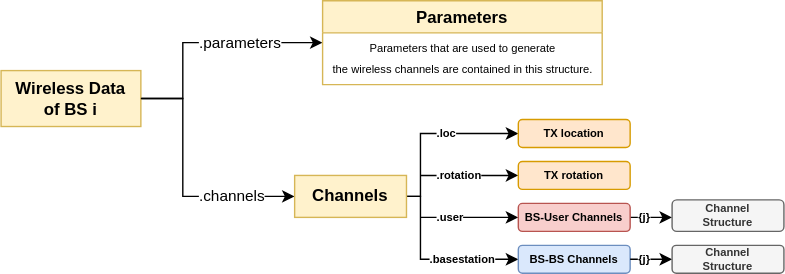
Above: docs/images/wirelessdiagram.svg in wireless-intelligence-lab/DeepVerse6G-matlab (draw.io), before the change. Source tidied: cells renumbered, new cells last; positions are measured from the earlier drawing's top-left corner, leaving out a move shared by most shapes. Source of this version:
```xml
<mxGraphModel>
  <root>
    <mxCell id="0" />
    <mxCell id="1" parent="0" />
    <mxCell id="2" value=".parameters" style="edgeStyle=orthogonalEdgeStyle;rounded=0;jettySize=auto;html=1;exitX=1;exitY=0.5;exitDx=0;exitDy=0;align=left;" parent="1" edge="1" source="3">
      <mxGeometry x="-0.06" relative="1" as="geometry">
        <mxPoint x="230" y="30" as="targetPoint" />
        <Array as="points">
          <mxPoint x="130" y="70" />
          <mxPoint x="130" y="30" />
          <mxPoint x="190" y="30" />
        </Array>
      </mxGeometry>
    </mxCell>
    <mxCell id="3" value="Wireless Data&lt;br&gt;of BS i" style="rounded=0;whiteSpace=wrap;html=1;fillColor=#fff2cc;strokeColor=#d6b656;fontStyle=1;" parent="1" vertex="1">
      <mxGeometry y="50" width="100" height="40" as="geometry" />
    </mxCell>
    <mxCell id="4" style="edgeStyle=orthogonalEdgeStyle;rounded=0;jettySize=auto;html=1;exitX=1;exitY=0.5;exitDx=0;exitDy=0;entryX=0;entryY=0.5;entryDx=0;entryDy=0;" parent="1" edge="1" source="3" target="9">
      <mxGeometry relative="1" as="geometry">
        <Array as="points">
          <mxPoint x="130" y="70" />
          <mxPoint x="130" y="140" />
        </Array>
      </mxGeometry>
    </mxCell>
    <mxCell id="5" value="&lt;span style=&quot;&quot;&gt;.channels&lt;/span&gt;" style="edgeLabel;html=1;align=left;verticalAlign=middle;" parent="4" vertex="1">
      <mxGeometry x="0.41" y="-1" relative="1" as="geometry">
        <mxPoint x="-17" y="-1" as="offset" />
      </mxGeometry>
    </mxCell>
    <mxCell id="6" style="edgeStyle=orthogonalEdgeStyle;rounded=0;jettySize=auto;html=1;exitX=1;exitY=0.5;exitDx=0;exitDy=0;entryX=0;entryY=0.5;entryDx=0;entryDy=0;fontSize=8;" parent="1" edge="1" source="9" target="12">
      <mxGeometry relative="1" as="geometry">
        <Array as="points">
          <mxPoint x="300" y="140" />
          <mxPoint x="300" y="95" />
        </Array>
      </mxGeometry>
    </mxCell>
    <mxCell id="7" value=".loc" style="edgeLabel;html=1;align=left;verticalAlign=middle;fontSize=8;fontStyle=1;" parent="6" vertex="1">
      <mxGeometry x="0.24" y="2" relative="1" as="geometry">
        <mxPoint x="-13" y="2" as="offset" />
      </mxGeometry>
    </mxCell>
    <mxCell id="8" value=".basestation" style="edgeStyle=orthogonalEdgeStyle;rounded=0;jettySize=auto;html=1;exitX=1;exitY=0.5;exitDx=0;exitDy=0;entryX=0;entryY=0.5;entryDx=0;entryDy=0;fontSize=8;align=left;fontStyle=1;" parent="1" edge="1" source="9" target="18">
      <mxGeometry x="-0.04" relative="1" as="geometry">
        <Array as="points">
          <mxPoint x="300" y="140" />
          <mxPoint x="300" y="185" />
        </Array>
      </mxGeometry>
    </mxCell>
    <mxCell id="9" value="&lt;b&gt;Channels&lt;/b&gt;" style="rounded=0;whiteSpace=wrap;html=1;fillColor=#fff2cc;strokeColor=#d6b656;" parent="1" vertex="1">
      <mxGeometry x="210" y="125" width="80" height="30" as="geometry" />
    </mxCell>
    <mxCell id="10" value="Parameters" style="swimlane;fillColor=#fff2cc;strokeColor=#d6b656;" parent="1" vertex="1">
      <mxGeometry x="230" width="200" height="60" as="geometry" />
    </mxCell>
    <mxCell id="11" value="&lt;font style=&quot;font-size: 8px&quot;&gt;Parameters that are used to generate&lt;br&gt;the wireless channels are contained in this structure.&lt;/font&gt;" style="text;html=1;align=center;verticalAlign=middle;strokeColor=none;fillColor=none;" parent="10" vertex="1">
      <mxGeometry y="20" width="200" height="40" as="geometry" />
    </mxCell>
    <mxCell id="12" value="TX location" style="rounded=1;whiteSpace=wrap;html=1;fontSize=8;fillColor=#ffe6cc;strokeColor=#d79b00;fontStyle=1;" parent="1" vertex="1">
      <mxGeometry x="370" y="85" width="80" height="20" as="geometry" />
    </mxCell>
    <mxCell id="13" value=".rotation" style="edgeStyle=none;rounded=0;jettySize=auto;html=1;fontSize=8;entryX=0;entryY=0.5;entryDx=0;entryDy=0;align=left;fontStyle=1;" parent="1" edge="1" target="14">
      <mxGeometry x="-0.71" relative="1" as="geometry">
        <mxPoint x="300" y="125" as="sourcePoint" />
      </mxGeometry>
    </mxCell>
    <mxCell id="14" value="TX rotation" style="rounded=1;whiteSpace=wrap;html=1;fontSize=8;fillColor=#ffe6cc;strokeColor=#d79b00;fontStyle=1;" parent="1" vertex="1">
      <mxGeometry x="370" y="115" width="80" height="20" as="geometry" />
    </mxCell>
    <mxCell id="15" value=".user" style="edgeStyle=none;rounded=0;jettySize=auto;html=1;fontSize=8;entryX=0;entryY=0.5;entryDx=0;entryDy=0;align=left;fontStyle=1;" parent="1" edge="1" target="17">
      <mxGeometry x="-0.71" relative="1" as="geometry">
        <mxPoint x="300" y="155" as="sourcePoint" />
      </mxGeometry>
    </mxCell>
    <mxCell id="16" value="{j}" style="edgeStyle=none;rounded=0;jettySize=auto;html=1;exitX=1;exitY=0.5;exitDx=0;exitDy=0;fontSize=8;fontStyle=1;" parent="1" edge="1" source="17">
      <mxGeometry x="-0.33" relative="1" as="geometry">
        <mxPoint x="480" y="155" as="targetPoint" />
      </mxGeometry>
    </mxCell>
    <mxCell id="17" value="BS-User Channels" style="rounded=1;whiteSpace=wrap;html=1;fontSize=8;fillColor=#f8cecc;strokeColor=#b85450;fontStyle=1;" parent="1" vertex="1">
      <mxGeometry x="370" y="145" width="80" height="20" as="geometry" />
    </mxCell>
    <mxCell id="18" value="BS-BS Channels" style="rounded=1;whiteSpace=wrap;html=1;fontSize=8;fillColor=#dae8fc;strokeColor=#6c8ebf;fontStyle=1;" parent="1" vertex="1">
      <mxGeometry x="370" y="175" width="80" height="20" as="geometry" />
    </mxCell>
    <mxCell id="19" value="{j}" style="edgeStyle=none;rounded=0;jettySize=auto;html=1;exitX=1;exitY=0.5;exitDx=0;exitDy=0;fontSize=8;fontStyle=1;" parent="1" edge="1" source="18">
      <mxGeometry x="-0.33" relative="1" as="geometry">
        <mxPoint x="480" y="185" as="targetPoint" />
      </mxGeometry>
    </mxCell>
    <mxCell id="20" value="Channel&lt;br&gt;Structure" style="rounded=1;whiteSpace=wrap;html=1;fontSize=8;fillColor=#f5f5f5;strokeColor=#666666;fontColor=#333333;fontStyle=1;" parent="1" vertex="1">
      <mxGeometry x="480" y="142.5" width="80" height="22.5" as="geometry" />
    </mxCell>
    <mxCell id="21" value="Channel&lt;br&gt;Structure" style="rounded=1;whiteSpace=wrap;html=1;fontSize=8;fillColor=#f5f5f5;strokeColor=#666666;fontColor=#333333;fontStyle=1;" parent="1" vertex="1">
      <mxGeometry x="480" y="175" width="80" height="20" as="geometry" />
    </mxCell>
  </root>
</mxGraphModel>
```
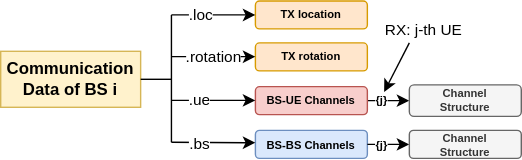
After the change.

What changed in the source:
```diff
@@ -2,99 +2,100 @@
   <root>
     <mxCell id="0" />
     <mxCell id="1" parent="0" />
-    <mxCell id="2" value=".parameters" style="edgeStyle=orthogonalEdgeStyle;rounded=0;jettySize=auto;html=1;exitX=1;exitY=0.5;exitDx=0;exitDy=0;align=left;" parent="1" edge="1" source="3">
-      <mxGeometry x="-0.06" relative="1" as="geometry">
-        <mxPoint x="230" y="30" as="targetPoint" />
-        <Array as="points">
-          <mxPoint x="130" y="70" />
-          <mxPoint x="130" y="30" />
-          <mxPoint x="190" y="30" />
-        </Array>
-      </mxGeometry>
-    </mxCell>
-    <mxCell id="3" value="Wireless Data&lt;br&gt;of BS i" style="rounded=0;whiteSpace=wrap;html=1;fillColor=#fff2cc;strokeColor=#d6b656;fontStyle=1;" parent="1" vertex="1">
-      <mxGeometry y="50" width="100" height="40" as="geometry" />
+    <mxCell id="3" value="Communication&lt;br&gt;Data of BS i" style="rounded=0;whiteSpace=wrap;html=1;fillColor=#fff2cc;strokeColor=#d6b656;fontStyle=1;" parent="1" vertex="1">
+      <mxGeometry x="-72" y="56" width="100" height="40" as="geometry" />
     </mxCell>
-    <mxCell id="4" style="edgeStyle=orthogonalEdgeStyle;rounded=0;jettySize=auto;html=1;exitX=1;exitY=0.5;exitDx=0;exitDy=0;entryX=0;entryY=0.5;entryDx=0;entryDy=0;" parent="1" edge="1" source="3" target="9">
-      <mxGeometry relative="1" as="geometry">
-        <Array as="points">
-          <mxPoint x="130" y="70" />
-          <mxPoint x="130" y="140" />
-        </Array>
-      </mxGeometry>
-    </mxCell>
-    <mxCell id="5" value="&lt;span style=&quot;&quot;&gt;.channels&lt;/span&gt;" style="edgeLabel;html=1;align=left;verticalAlign=middle;" parent="4" vertex="1">
-      <mxGeometry x="0.41" y="-1" relative="1" as="geometry">
-        <mxPoint x="-17" y="-1" as="offset" />
-      </mxGeometry>
-    </mxCell>
-    <mxCell id="6" style="edgeStyle=orthogonalEdgeStyle;rounded=0;jettySize=auto;html=1;exitX=1;exitY=0.5;exitDx=0;exitDy=0;entryX=0;entryY=0.5;entryDx=0;entryDy=0;fontSize=8;" parent="1" edge="1" source="9" target="12">
-      <mxGeometry relative="1" as="geometry">
-        <Array as="points">
-          <mxPoint x="300" y="140" />
-          <mxPoint x="300" y="95" />
-        </Array>
-      </mxGeometry>
-    </mxCell>
-    <mxCell id="7" value=".loc" style="edgeLabel;html=1;align=left;verticalAlign=middle;fontSize=8;fontStyle=1;" parent="6" vertex="1">
-      <mxGeometry x="0.24" y="2" relative="1" as="geometry">
-        <mxPoint x="-13" y="2" as="offset" />
-      </mxGeometry>
-    </mxCell>
-    <mxCell id="8" value=".basestation" style="edgeStyle=orthogonalEdgeStyle;rounded=0;jettySize=auto;html=1;exitX=1;exitY=0.5;exitDx=0;exitDy=0;entryX=0;entryY=0.5;entryDx=0;entryDy=0;fontSize=8;align=left;fontStyle=1;" parent="1" edge="1" source="9" target="18">
-      <mxGeometry x="-0.04" relative="1" as="geometry">
-        <Array as="points">
-          <mxPoint x="300" y="140" />
-          <mxPoint x="300" y="185" />
-        </Array>
-      </mxGeometry>
-    </mxCell>
-    <mxCell id="9" value="&lt;b&gt;Channels&lt;/b&gt;" style="rounded=0;whiteSpace=wrap;html=1;fillColor=#fff2cc;strokeColor=#d6b656;" parent="1" vertex="1">
-      <mxGeometry x="210" y="125" width="80" height="30" as="geometry" />
-    </mxCell>
-    <mxCell id="10" value="Parameters" style="swimlane;fillColor=#fff2cc;strokeColor=#d6b656;" parent="1" vertex="1">
-      <mxGeometry x="230" width="200" height="60" as="geometry" />
-    </mxCell>
-    <mxCell id="11" value="&lt;font style=&quot;font-size: 8px&quot;&gt;Parameters that are used to generate&lt;br&gt;the wireless channels are contained in this structure.&lt;/font&gt;" style="text;html=1;align=center;verticalAlign=middle;strokeColor=none;fillColor=none;" parent="10" vertex="1">
-      <mxGeometry y="20" width="200" height="40" as="geometry" />
-    </mxCell>
     <mxCell id="12" value="TX location" style="rounded=1;whiteSpace=wrap;html=1;fontSize=8;fillColor=#ffe6cc;strokeColor=#d79b00;fontStyle=1;" parent="1" vertex="1">
-      <mxGeometry x="370" y="85" width="80" height="20" as="geometry" />
+      <mxGeometry x="110" y="20" width="80" height="20" as="geometry" />
     </mxCell>
-    <mxCell id="13" value=".rotation" style="edgeStyle=none;rounded=0;jettySize=auto;html=1;fontSize=8;entryX=0;entryY=0.5;entryDx=0;entryDy=0;align=left;fontStyle=1;" parent="1" edge="1" target="14">
-      <mxGeometry x="-0.71" relative="1" as="geometry">
-        <mxPoint x="300" y="125" as="sourcePoint" />
-      </mxGeometry>
-    </mxCell>
-    <mxCell id="14" value="TX rotation" style="rounded=1;whiteSpace=wrap;html=1;fontSize=8;fillColor=#ffe6cc;strokeColor=#d79b00;fontStyle=1;" parent="1" vertex="1">
-      <mxGeometry x="370" y="115" width="80" height="20" as="geometry" />
-    </mxCell>
-    <mxCell id="15" value=".user" style="edgeStyle=none;rounded=0;jettySize=auto;html=1;fontSize=8;entryX=0;entryY=0.5;entryDx=0;entryDy=0;align=left;fontStyle=1;" parent="1" edge="1" target="17">
-      <mxGeometry x="-0.71" relative="1" as="geometry">
-        <mxPoint x="300" y="155" as="sourcePoint" />
-      </mxGeometry>
-    </mxCell>
-    <mxCell id="16" value="{j}" style="edgeStyle=none;rounded=0;jettySize=auto;html=1;exitX=1;exitY=0.5;exitDx=0;exitDy=0;fontSize=8;fontStyle=1;" parent="1" edge="1" source="17">
-      <mxGeometry x="-0.33" relative="1" as="geometry">
-        <mxPoint x="480" y="155" as="targetPoint" />
-      </mxGeometry>
+    <mxCell id="16" value="{j}" style="edgeStyle=none;rounded=0;jettySize=auto;html=1;exitX=1;exitY=0.5;exitDx=0;exitDy=0;fontSize=8;fontStyle=1;entryX=0;entryY=0.5;entryDx=0;entryDy=0;" parent="1" edge="1" source="17" target="20">
+      <mxGeometry x="-0.33" relative="1" as="geometry" />
     </mxCell>
-    <mxCell id="17" value="BS-User Channels" style="rounded=1;whiteSpace=wrap;html=1;fontSize=8;fillColor=#f8cecc;strokeColor=#b85450;fontStyle=1;" parent="1" vertex="1">
-      <mxGeometry x="370" y="145" width="80" height="20" as="geometry" />
+    <mxCell id="17" value="BS-UE Channels" style="rounded=1;whiteSpace=wrap;html=1;fontSize=8;fillColor=#f8cecc;strokeColor=#b85450;fontStyle=1;" parent="1" vertex="1">
+      <mxGeometry x="110" y="81.2" width="80" height="20" as="geometry" />
     </mxCell>
     <mxCell id="18" value="BS-BS Channels" style="rounded=1;whiteSpace=wrap;html=1;fontSize=8;fillColor=#dae8fc;strokeColor=#6c8ebf;fontStyle=1;" parent="1" vertex="1">
-      <mxGeometry x="370" y="175" width="80" height="20" as="geometry" />
+      <mxGeometry x="110" y="112.5" width="80" height="20" as="geometry" />
     </mxCell>
     <mxCell id="19" value="{j}" style="edgeStyle=none;rounded=0;jettySize=auto;html=1;exitX=1;exitY=0.5;exitDx=0;exitDy=0;fontSize=8;fontStyle=1;" parent="1" edge="1" source="18">
       <mxGeometry x="-0.33" relative="1" as="geometry">
-        <mxPoint x="480" y="185" as="targetPoint" />
+        <mxPoint x="220" y="122.5" as="targetPoint" />
       </mxGeometry>
     </mxCell>
     <mxCell id="20" value="Channel&lt;br&gt;Structure" style="rounded=1;whiteSpace=wrap;html=1;fontSize=8;fillColor=#f5f5f5;strokeColor=#666666;fontColor=#333333;fontStyle=1;" parent="1" vertex="1">
-      <mxGeometry x="480" y="142.5" width="80" height="22.5" as="geometry" />
+      <mxGeometry x="220" y="80" width="80" height="22.5" as="geometry" />
     </mxCell>
     <mxCell id="21" value="Channel&lt;br&gt;Structure" style="rounded=1;whiteSpace=wrap;html=1;fontSize=8;fillColor=#f5f5f5;strokeColor=#666666;fontColor=#333333;fontStyle=1;" parent="1" vertex="1">
-      <mxGeometry x="480" y="175" width="80" height="20" as="geometry" />
+      <mxGeometry x="220" y="112.5" width="80" height="20" as="geometry" />
     </mxCell>
+    <mxCell id="14" value="TX rotation" style="rounded=1;whiteSpace=wrap;html=1;fontSize=8;fillColor=#ffe6cc;strokeColor=#d79b00;fontStyle=1;" parent="1" vertex="1">
+      <mxGeometry x="110" y="50" width="80" height="20" as="geometry" />
+    </mxCell>
+    <mxCell id="22" style="endArrow=classic;html=1;rounded=0;" parent="1" edge="1">
+      <mxGeometry relative="1" as="geometry">
+        <mxPoint x="50" y="30" as="sourcePoint" />
+        <mxPoint x="110" y="30" as="targetPoint" />
+      </mxGeometry>
+    </mxCell>
+    <mxCell id="7" value=".loc" style="edgeLabel;html=1;align=center;verticalAlign=middle;" parent="22" vertex="1">
+      <mxGeometry x="-0.29" y="1" relative="1" as="geometry">
+        <mxPoint x="-1" y="1" as="offset" />
+      </mxGeometry>
+    </mxCell>
+    <mxCell id="23" style="endArrow=classic;html=1;rounded=0;" parent="1" edge="1">
+      <mxGeometry relative="1" as="geometry">
+        <mxPoint x="50" y="59.8" as="sourcePoint" />
+        <mxPoint x="110" y="59.8" as="targetPoint" />
+      </mxGeometry>
+    </mxCell>
+    <mxCell id="13" value=".rotation" style="edgeLabel;html=1;align=center;verticalAlign=middle;" parent="23" vertex="1">
+      <mxGeometry x="-0.47" y="-1" relative="1" as="geometry">
+        <mxPoint x="14" y="-1" as="offset" />
+      </mxGeometry>
+    </mxCell>
+    <mxCell id="24" style="endArrow=classic;html=1;rounded=0;" parent="1" edge="1">
+      <mxGeometry relative="1" as="geometry">
+        <mxPoint x="50" y="91.1" as="sourcePoint" />
+        <mxPoint x="110" y="91.1" as="targetPoint" />
+      </mxGeometry>
+    </mxCell>
+    <mxCell id="25" value=".ue" style="edgeLabel;html=1;align=center;verticalAlign=middle;" parent="24" vertex="1">
+      <mxGeometry x="-0.2" y="-1" relative="1" as="geometry">
+        <mxPoint x="-4" y="-1" as="offset" />
+      </mxGeometry>
+    </mxCell>
+    <mxCell id="26" style="endArrow=classic;html=1;rounded=0;" parent="1" edge="1">
+      <mxGeometry relative="1" as="geometry">
+        <mxPoint x="50" y="121" as="sourcePoint" />
+        <mxPoint x="110" y="121.3" as="targetPoint" />
+      </mxGeometry>
+    </mxCell>
+    <mxCell id="27" value=".bs" style="edgeLabel;html=1;align=center;verticalAlign=middle;" parent="26" vertex="1">
+      <mxGeometry x="-0.2" y="-2" relative="1" as="geometry">
+        <mxPoint x="-4" y="-1" as="offset" />
+      </mxGeometry>
+    </mxCell>
+    <mxCell id="28" style="endArrow=none;html=1;rounded=0;" parent="1" edge="1">
+      <mxGeometry relative="1" as="geometry">
+        <mxPoint x="50" y="121" as="sourcePoint" />
+        <mxPoint x="50" y="30" as="targetPoint" />
+      </mxGeometry>
+    </mxCell>
+    <mxCell id="29" style="endArrow=none;html=1;rounded=0;exitX=1;exitY=0.5;exitDx=0;exitDy=0;" parent="1" edge="1" source="3">
+      <mxGeometry relative="1" as="geometry">
+        <mxPoint x="50" y="76" as="targetPoint" />
+      </mxGeometry>
+    </mxCell>
+    <mxCell id="30" style="endArrow=classic;html=1;rounded=0;" parent="1" edge="1">
+      <mxGeometry relative="1" as="geometry">
+        <mxPoint x="220" y="50" as="sourcePoint" />
+        <mxPoint x="202" y="85" as="targetPoint" />
+      </mxGeometry>
+    </mxCell>
+    <mxCell id="31" value="RX: j-th UE" style="edgeLabel;html=1;align=center;verticalAlign=middle;" parent="30" vertex="1">
+      <mxGeometry x="-0.43" y="-1" relative="1" as="geometry">
+        <mxPoint x="16" y="-19" as="offset" />
+      </mxGeometry>
+    </mxCell>
   </root>
 </mxGraphModel>
```
